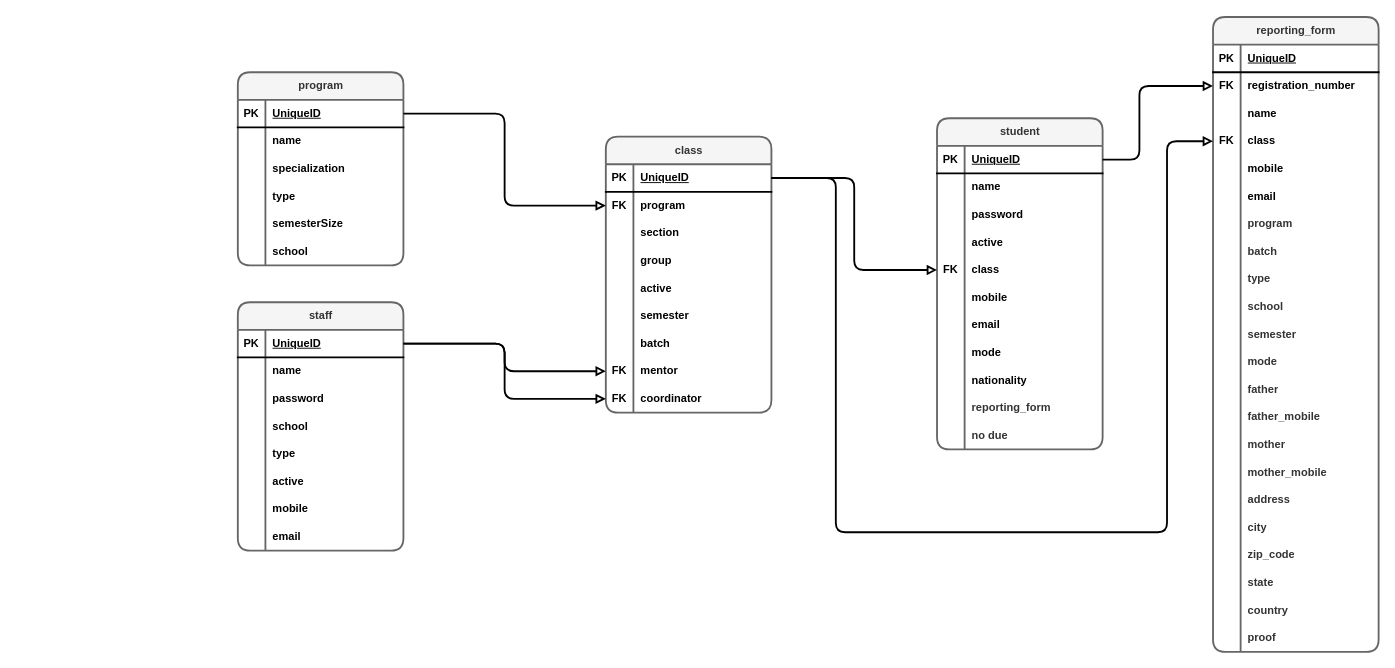
Earlier version of the draw.io diagram app/sql/dbSchema.drawio (livleensinghchani/ctu-website). Source tidied: cells renumbered, new cells numbered last; positions are measured from the earlier drawing's top-left corner, leaving out a move shared by most shapes. Both pictures are drawn from the tidied source at 92%, with x=0, y=0 at pixel (237, 17).
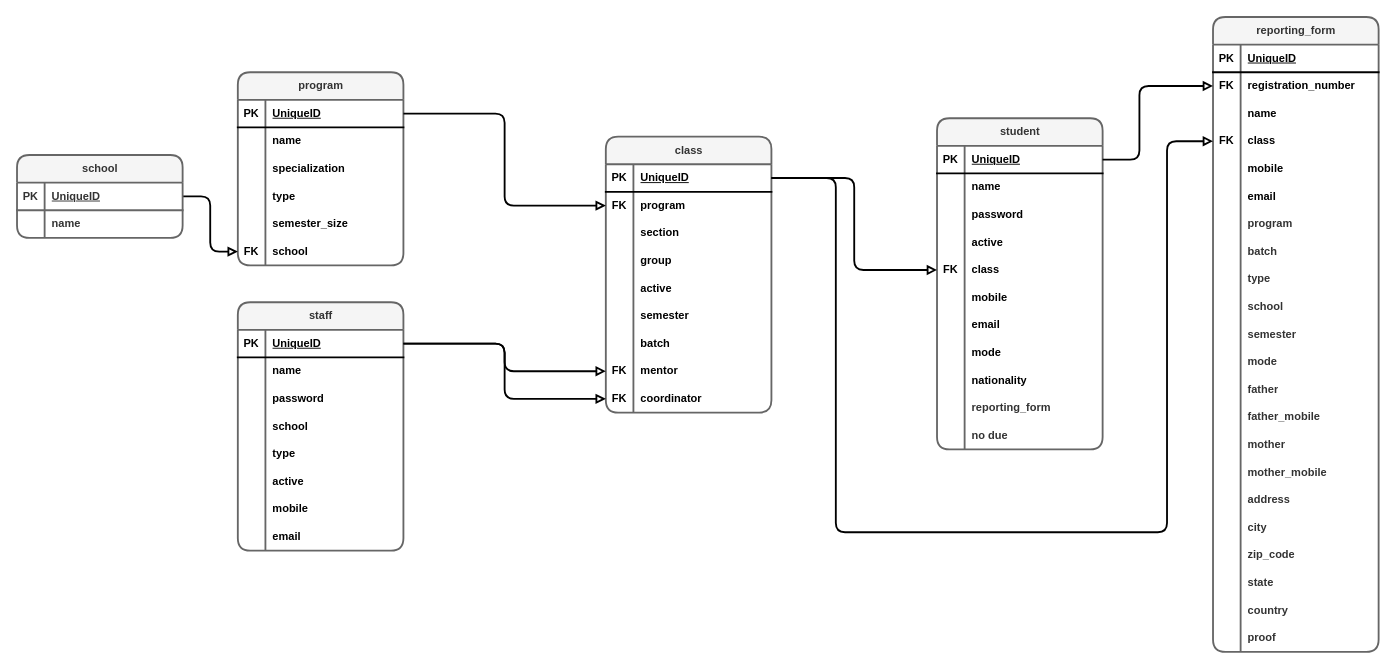
After the change.

The change refers to these unchanged cells:
```xml
<mxCell id="15" style="shape=tableRow;horizontal=0;startSize=0;swimlaneHead=0;swimlaneBody=0;fillColor=none;top=0;left=0;right=0;bottom=0;rounded=1;strokeColor=default;strokeWidth=2;align=center;verticalAlign=middle;fontFamily=Helvetica;fontSize=12;fontColor=default;fontStyle=1;" parent="2" vertex="1">
  <mxGeometry y="150" width="180" height="30" as="geometry" />
</mxCell>
<mxCell id="18" style="shape=tableRow;horizontal=0;startSize=0;swimlaneHead=0;swimlaneBody=0;fillColor=none;points=[[0,0.5],[1,0.5]];portConstraint=eastwest;top=0;left=0;right=0;bottom=0;rounded=1;strokeColor=default;strokeWidth=2;align=center;verticalAlign=middle;fontFamily=Helvetica;fontSize=12;fontColor=default;fontStyle=1;" parent="2" vertex="1">
  <mxGeometry y="180" width="180" height="30" as="geometry" />
</mxCell>
```

What changed in the source:
```diff
@@
-    <mxCell id="17" value="semesterSize" style="shape=partialRectangle;fillColor=none;top=0;left=0;bottom=0;right=0;align=left;spacingLeft=6;overflow=hidden;whiteSpace=wrap;html=1;rounded=1;strokeColor=default;strokeWidth=2;verticalAlign=middle;fontFamily=Helvetica;fontSize=12;fontColor=default;fontStyle=1;" parent="15" vertex="1">
+    <mxCell id="17" value="semester_size" style="shape=partialRectangle;fillColor=none;top=0;left=0;bottom=0;right=0;align=left;spacingLeft=6;overflow=hidden;whiteSpace=wrap;html=1;rounded=1;strokeColor=default;strokeWidth=2;verticalAlign=middle;fontFamily=Helvetica;fontSize=12;fontColor=default;fontStyle=1;" parent="15" vertex="1">
       <mxGeometry x="30" width="150" height="30" as="geometry" />
     </mxCell>
@@
-    <mxCell id="19" style="shape=partialRectangle;fillColor=none;top=0;left=0;bottom=0;right=0;overflow=hidden;whiteSpace=wrap;html=1;rounded=1;strokeColor=default;strokeWidth=2;align=center;verticalAlign=middle;fontFamily=Helvetica;fontSize=12;fontColor=default;fontStyle=1;" parent="18" vertex="1">
+    <mxCell id="19" value="FK" style="shape=partialRectangle;fillColor=none;top=0;left=0;bottom=0;right=0;overflow=hidden;whiteSpace=wrap;html=1;rounded=1;strokeColor=default;strokeWidth=2;align=center;verticalAlign=middle;fontFamily=Helvetica;fontSize=12;fontColor=default;fontStyle=1;" parent="18" vertex="1">
       <mxGeometry width="30" height="30" as="geometry" />
     </mxCell>
@@
+    <mxCell id="181" style="edgeStyle=orthogonalEdgeStyle;curved=0;rounded=1;jumpStyle=arc;jumpSize=10;jettySize=auto;html=1;strokeColor=default;strokeWidth=2;align=center;verticalAlign=middle;fontFamily=Helvetica;fontSize=12;fontColor=#333333;fontStyle=1;labelBackgroundColor=default;endArrow=block;endFill=0;" parent="1" edge="1" source="182" target="18">
+      <mxGeometry relative="1" as="geometry" />
+    </mxCell>
+    <mxCell id="182" value="school" style="shape=table;startSize=30;childLayout=tableLayout;rowLines=0;fontStyle=1;align=center;html=1;rounded=1;shadow=0;strokeColor=#666666;strokeWidth=2;verticalAlign=middle;fontFamily=Helvetica;fontSize=12;fontColor=#333333;fillColor=#f5f5f5;" parent="1" vertex="1">
+      <mxGeometry x="-240" y="150" width="180" height="90" as="geometry" />
+    </mxCell>
+    <mxCell id="183" style="shape=tableRow;horizontal=0;startSize=0;swimlaneHead=0;swimlaneBody=0;fillColor=none;top=0;left=0;right=0;bottom=1;rounded=1;shadow=0;strokeColor=#666666;strokeWidth=2;align=center;verticalAlign=middle;fontFamily=Helvetica;fontSize=12;fontColor=#333333;fontStyle=1;" parent="182" vertex="1">
+      <mxGeometry y="30" width="180" height="30" as="geometry" />
+    </mxCell>
+    <mxCell id="184" value="PK" style="shape=partialRectangle;fillColor=none;top=0;left=0;bottom=0;right=0;fontStyle=1;overflow=hidden;whiteSpace=wrap;html=1;rounded=1;shadow=0;strokeColor=#666666;strokeWidth=2;align=center;verticalAlign=middle;fontFamily=Helvetica;fontSize=12;fontColor=#333333;" parent="183" vertex="1">
+      <mxGeometry width="30" height="30" as="geometry" />
+    </mxCell>
+    <mxCell id="185" value="UniqueID" style="shape=partialRectangle;fillColor=none;top=0;left=0;bottom=0;right=0;align=left;spacingLeft=6;fontStyle=5;overflow=hidden;whiteSpace=wrap;html=1;rounded=1;shadow=0;strokeColor=#666666;strokeWidth=2;verticalAlign=middle;fontFamily=Helvetica;fontSize=12;fontColor=#333333;" parent="183" vertex="1">
+      <mxGeometry x="30" width="150" height="30" as="geometry" />
+    </mxCell>
+    <mxCell id="186" style="shape=tableRow;horizontal=0;startSize=0;swimlaneHead=0;swimlaneBody=0;fillColor=none;top=0;left=0;right=0;bottom=0;rounded=1;shadow=0;strokeColor=#666666;strokeWidth=2;align=center;verticalAlign=middle;fontFamily=Helvetica;fontSize=12;fontColor=#333333;fontStyle=1;" parent="182" vertex="1">
+      <mxGeometry y="60" width="180" height="30" as="geometry" />
+    </mxCell>
+    <mxCell id="187" style="shape=partialRectangle;fillColor=none;top=0;left=0;bottom=0;right=0;overflow=hidden;whiteSpace=wrap;html=1;rounded=1;shadow=0;strokeColor=#666666;strokeWidth=2;align=center;verticalAlign=middle;fontFamily=Helvetica;fontSize=12;fontColor=#333333;fontStyle=1;" parent="186" vertex="1">
+      <mxGeometry width="30" height="30" as="geometry" />
+    </mxCell>
+    <mxCell id="188" value="name" style="shape=partialRectangle;fillColor=none;top=0;left=0;bottom=0;right=0;align=left;spacingLeft=6;overflow=hidden;whiteSpace=wrap;html=1;rounded=1;shadow=0;strokeColor=#666666;strokeWidth=2;verticalAlign=middle;fontFamily=Helvetica;fontSize=12;fontColor=#333333;fontStyle=1;" parent="186" vertex="1">
+      <mxGeometry x="30" width="150" height="30" as="geometry" />
+    </mxCell>
```
